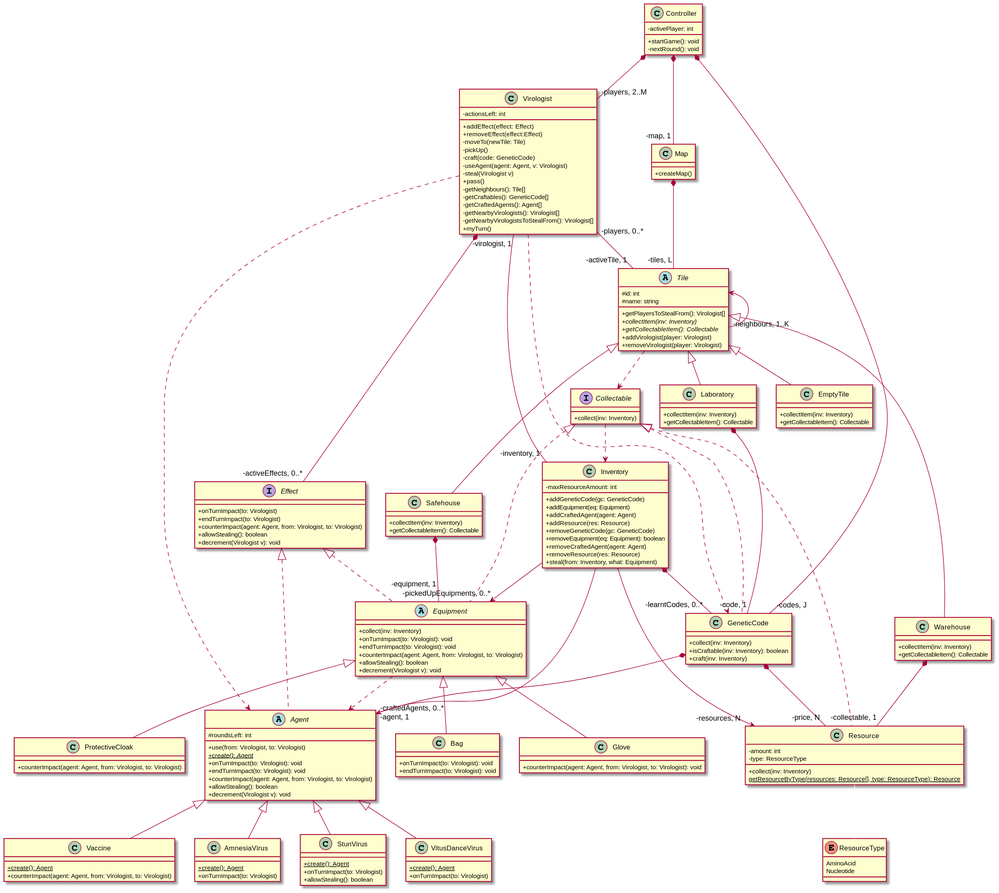
Earlier version of the PlantUML export docs/classDiagrams/classDiagram.svg (Tschonti/503-service-unavailable).
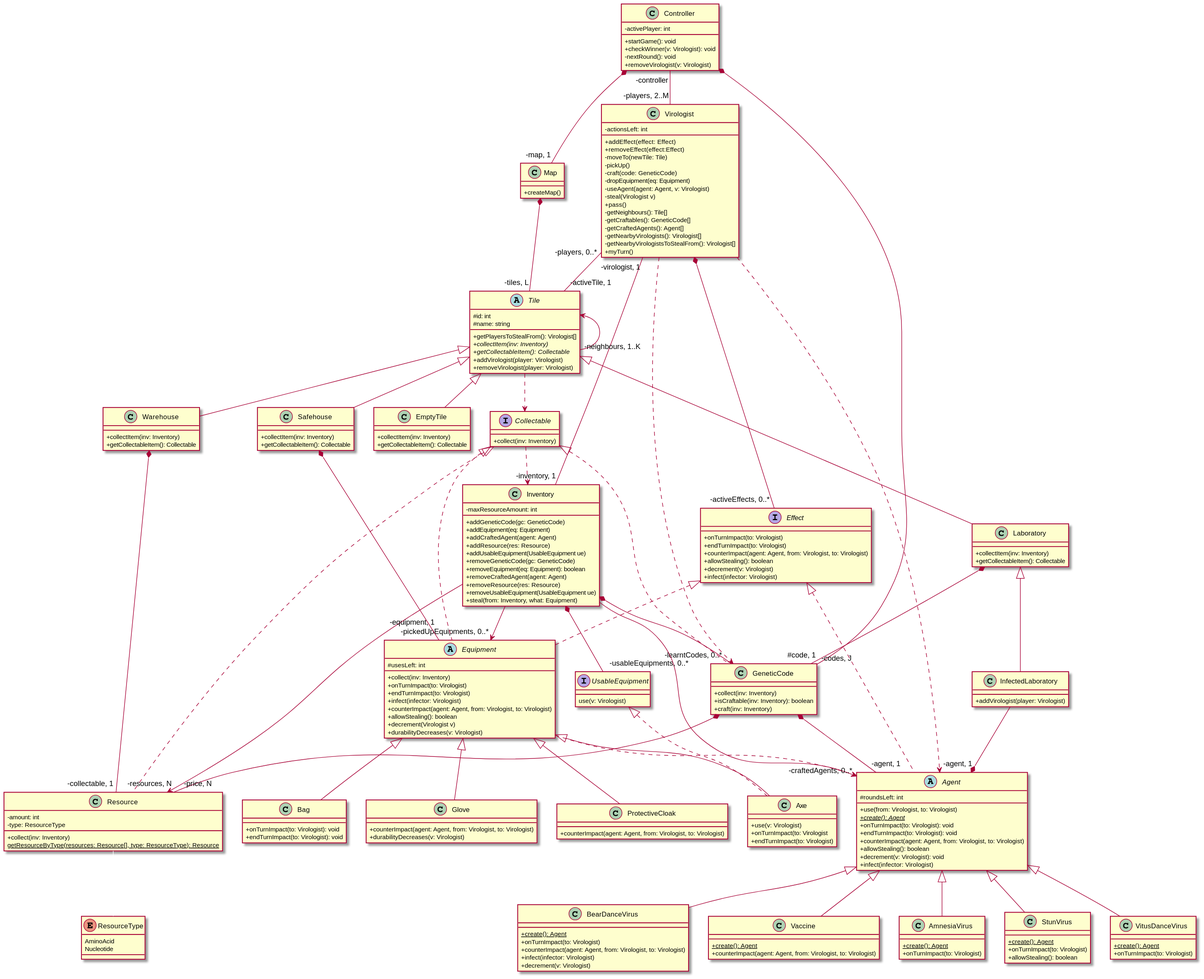
After the commit.

What changed in the source:
```diff
@@ -25,7 +25,8 @@
     +endTurnImpact(to: Virologist): void
     +counterImpact(agent: Agent, from: Virologist, to: Virologist)
     +allowStealing(): boolean
-    +decrement(Virologist v): void
+    +decrement(v: Virologist): void
+    +infect(infector: Virologist)
 }
 
 class AmnesiaVirus extends Agent{
@@ -42,6 +43,13 @@
     {static} +create(): Agent
     +onTurnImpact(to: Virologist)
 }
+class BearDanceVirus extends Agent {
+    {static} +create(): Agent
+    +onTurnImpact(to: Virologist)
+    +counterImpact(agent: Agent, from: Virologist, to: Virologist)
+    +infect(infector: Virologist)
+    +decrement(v: Virologist)
+}
 class Vaccine extends Agent{
     {static} +create(): Agent
     +counterImpact(agent: Agent, from: Virologist, to: Virologist)
@@ -54,6 +62,7 @@
     -moveTo(newTile: Tile)
     -pickUp()
     -craft(code: GeneticCode)
+    -dropEquipment(eq: Equipment)
     -useAgent(agent: Agent, v: Virologist)
     -steal(Virologist v)
     +pass()
@@ -62,7 +71,7 @@
     -getCraftedAgents(): Agent[]
     -getNearbyVirologists(): Virologist[]
     -getNearbyVirologistsToStealFrom(): Virologist[]
-    +myTurn()        /' A játékos mikor sorra kerül ezek történnek '/
+    +myTurn()
 }
 
 class Inventory {
@@ -71,18 +80,23 @@
     +addEquipment(eq: Equipment)
     +addCraftedAgent(agent: Agent)
     +addResource(res: Resource)
+    +addUsableEquipment(UsableEquipment ue)
     +removeGeneticCode(gc: GeneticCode)
     +removeEquipment(eq: Equipment): boolean
     +removeCraftedAgent(agent: Agent)
     +removeResource(res: Resource)
+    +removeUsableEquipment(UsableEquipment ue)
     +steal(from: Inventory, what: Equipment)
 }
+
+
 interface Effect {
     +onTurnImpact(to: Virologist)
     +endTurnImpact(to: Virologist)
     +counterImpact(agent: Agent, from: Virologist, to: Virologist)
     +allowStealing(): boolean
-    +decrement(Virologist v): void
+    +decrement(v: Virologist)
+    +infect(infector: Virologist)
 }
 class GeneticCode implements Collectable {
     +collect(inv: Inventory) /'Collectable'/
@@ -114,12 +128,15 @@
 Virologist "-players, 0..*" -- "-activeTile, 1" Tile
 
 abstract class Equipment implements Effect, Collectable {
+    #usesLeft: int
     +collect(inv: Inventory)
-    +onTurnImpact(to: Virologist): void
-    +endTurnImpact(to: Virologist): void
+    +onTurnImpact(to: Virologist)
+    +endTurnImpact(to: Virologist)
+    +infect(infector: Virologist)
     +counterImpact(agent: Agent, from: Virologist, to: Virologist)
     +allowStealing(): boolean
-    +decrement(Virologist v): void
+    +decrement(Virologist v)
+    +durabilityDecreases(v: Virologist)
 }
 class ProtectiveCloak extends Equipment {
     +counterImpact(agent: Agent, from: Virologist, to: Virologist) /'Equipment'/
@@ -130,7 +147,13 @@
     +endTurnImpact(to: Virologist): void /'Equipment'/
 }
 class Glove extends Equipment {
-    +counterImpact(agent: Agent, from: Virologist, to: Virologist): void /'Equipment'/
+    +counterImpact(agent: Agent, from: Virologist, to: Virologist) /'Equipment'/
+    +durabilityDecreases(v: Virologist)
+}
+class Axe extends Equipment implements UsableEquipment {
+    +use(v: Virologist)
+    +onTurnImpact(to: Virologist
+    +endTurnImpact(to: Virologist)
 }
 
 abstract class Tile {
@@ -142,10 +165,19 @@
     +addVirologist(player: Virologist)
     +removeVirologist(player: Virologist)
 }
-class Laboratory extends Tile {
-    +collectItem(inv: Inventory)
-    +getCollectableItem(): Collectable
+
+together {
+    class Laboratory extends Tile {
+        +collectItem(inv: Inventory)
+        +getCollectableItem(): Collectable
+    }
+
+    class InfectedLaboratory extends Laboratory {
+         +addVirologist(player: Virologist)
+    }
 }
+
+Agent " -agent, 1" *-- InfectedLaboratory
 
 class Safehouse extends Tile {
     +collectItem(inv: Inventory)
@@ -164,7 +196,7 @@
     +createMap()
 }
 
-Laboratory *-- "-code, 1" GeneticCode
+Laboratory *-- " #code, 1" GeneticCode
 Safehouse *-- "-equipment, 1\n" Equipment
 Warehouse *-- "-collectable, 1" Resource
 
@@ -174,10 +206,19 @@
 class Controller {
     -activePlayer: int
     +startGame(): void
+    +checkWinner(v: Virologist): void
     -nextRound(): void
+    +removeVirologist(v: Virologist)
 }
+
+interface UsableEquipment {
+    use(v: Virologist)
+}
+
+Inventory *-- "-usableEquipments, 0..*" UsableEquipment
+
 Controller *-- "-map, 1" Map
-Controller *-- "-players, 2..M" Virologist
+Controller "-controller" -- "-players, 2..M" Virologist
 Controller *-- "-codes, J" GeneticCode
 
 @enduml
```
